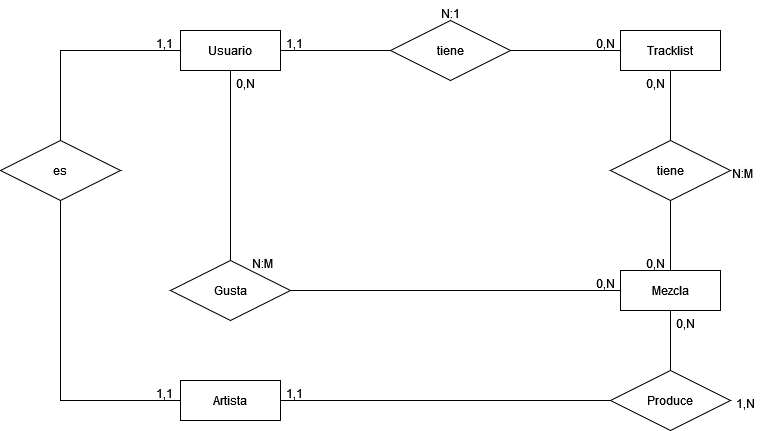
The draw.io diagram assets/img/Diagrama Entidad Relación GrooveBox.png in LukaLaKuka/GrooveBox, before a commit. Source tidied: cells renumbered, new cells last; positions are measured from the earlier drawing's top-left corner, leaving out a move shared by most shapes.
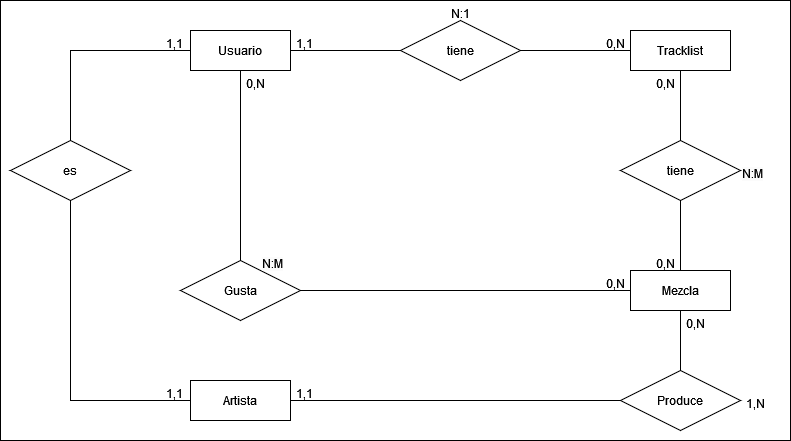
Above is the later version.

Diff of the diagram source:
```diff
@@ -2,6 +2,9 @@
   <root>
     <mxCell id="0" />
     <mxCell id="1" parent="0" />
+    <mxCell id="35" style="rounded=0;whiteSpace=wrap;html=1;" parent="1" vertex="1">
+      <mxGeometry x="-10" width="790" height="440" as="geometry" />
+    </mxCell>
     <mxCell id="2" value="tiene" style="shape=rhombus;perimeter=rhombusPerimeter;whiteSpace=wrap;html=1;align=center;" parent="1" vertex="1">
       <mxGeometry x="390" y="20" width="120" height="60" as="geometry" />
     </mxCell>
```
